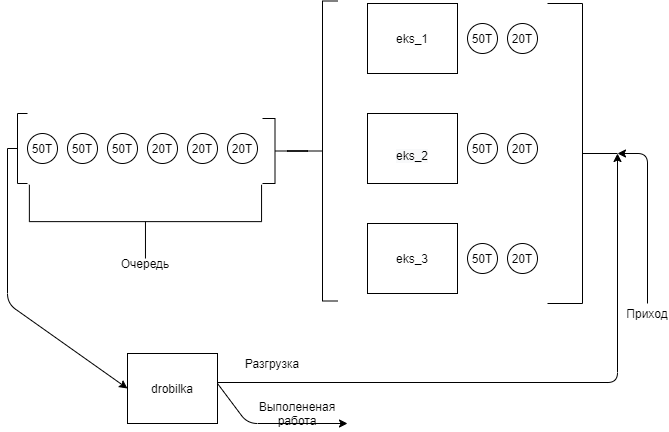
Before: Untitled Diagram.png, a diagram exported from draw.io (monsegard/praktik). Source tidied: cells renumbered, new cells last; positions are measured from the earlier drawing's top-left corner, leaving out a move shared by most shapes.
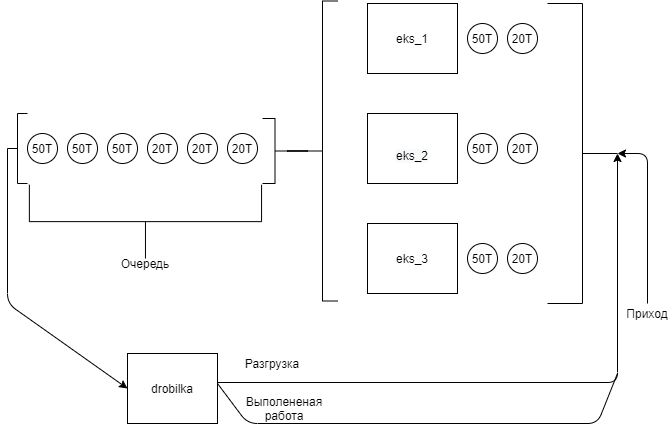
After the commit.

Diff of the diagram source:
```diff
@@ -100,17 +100,18 @@
     <mxCell id="29" style="strokeWidth=1;html=1;shape=mxgraph.flowchart.annotation_2;align=left;labelPosition=right;rounded=0;glass=0;sketch=0;fillColor=none;rotation=-180;" parent="1" vertex="1">
       <mxGeometry x="255" y="117" width="25" height="65" as="geometry" />
     </mxCell>
-    <mxCell id="30" style="endArrow=classic;html=1;" parent="1" edge="1">
+    <mxCell id="30" style="endArrow=none;html=1;endFill=0;" parent="1" edge="1">
       <mxGeometry relative="1" as="geometry">
         <mxPoint x="210" y="382" as="sourcePoint" />
-        <mxPoint x="340" y="422" as="targetPoint" />
+        <mxPoint x="610" y="372" as="targetPoint" />
         <Array as="points">
           <mxPoint x="240" y="422" />
+          <mxPoint x="590" y="422" />
         </Array>
       </mxGeometry>
     </mxCell>
     <mxCell id="31" value="Выполененая работа" style="text;html=1;strokeColor=none;fillColor=none;align=center;verticalAlign=middle;whiteSpace=wrap;rounded=0;" parent="1" vertex="1">
-      <mxGeometry x="250" y="402" width="80" height="20" as="geometry" />
+      <mxGeometry x="224" y="392" width="106" height="30" as="geometry" />
     </mxCell>
   </root>
 </mxGraphModel>
```
